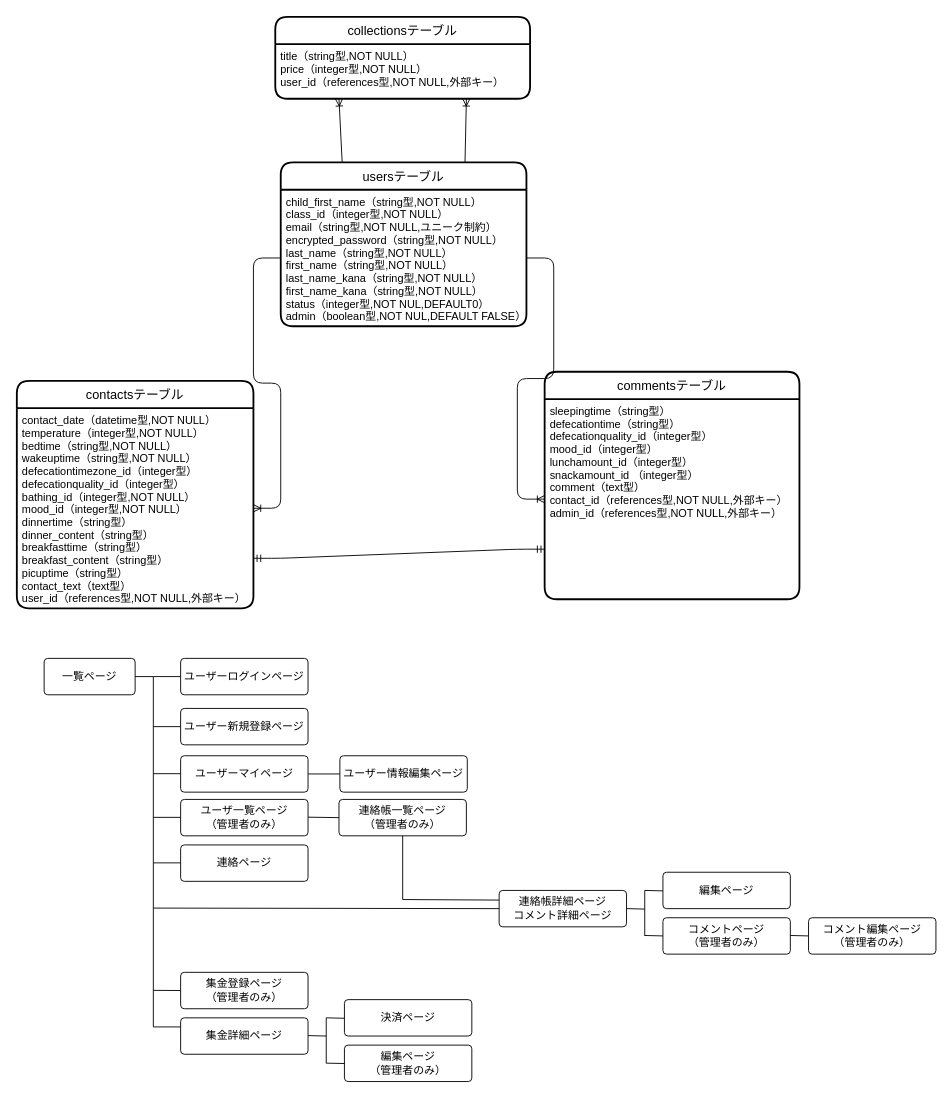
This is contact.dio from sugisanize/contact_book, a draw.io file, before an edit. Source tidied: cells renumbered, new cells numbered last; positions are measured from the earlier drawing's top-left corner, leaving out a move shared by most shapes. Both pictures are drawn from the tidied source at 91%, with x=0, y=0 at pixel (16, 16).
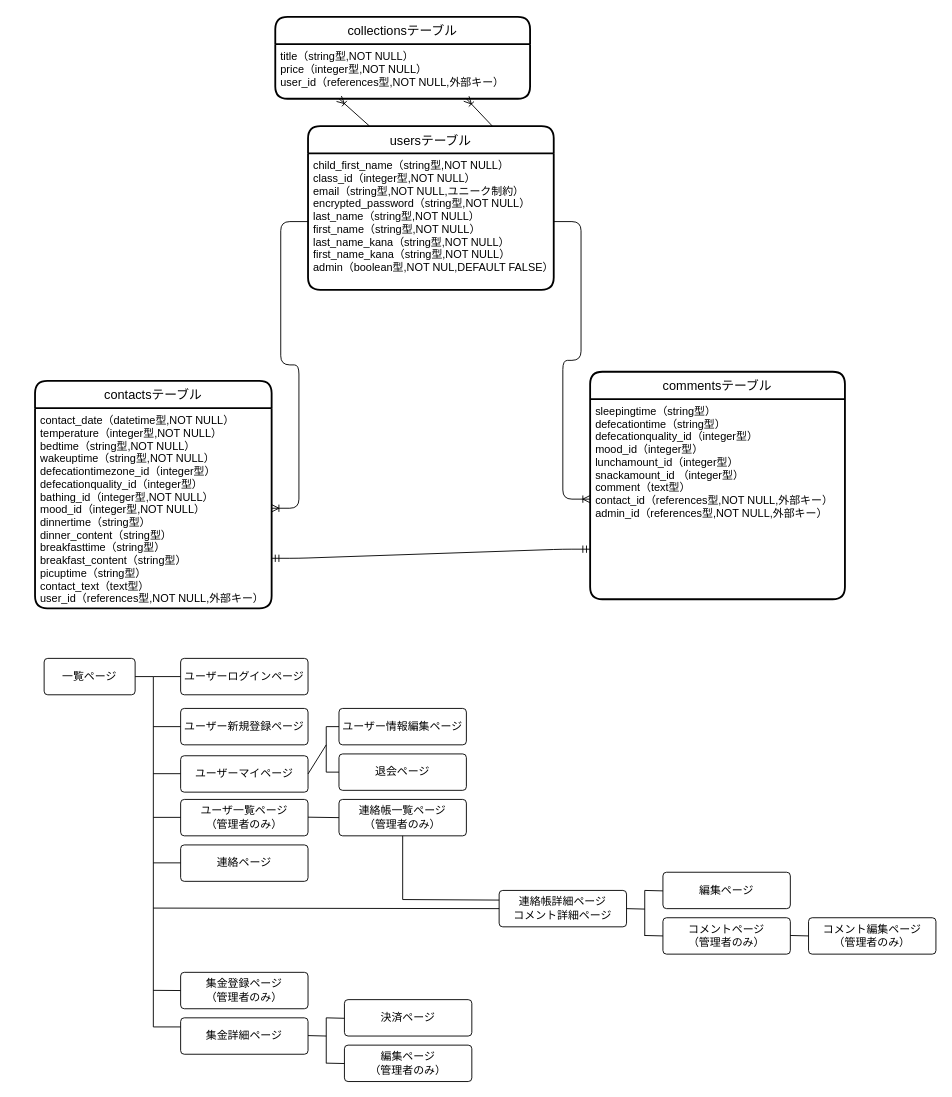
Above is the later version.

Unchanged cells that the change refers to:
```xml
<mxCell id="18" value="ユーザーマイページ" style="rounded=1;arcSize=10;whiteSpace=wrap;html=1;align=center;" parent="1" vertex="1">
  <mxGeometry x="180" y="812" width="140" height="40" as="geometry" />
</mxCell>
```

Diff of the diagram source:
```diff
@@
     <mxCell id="2" value="usersテーブル" style="swimlane;horizontal=1;startSize=30;rounded=1;fontSize=14;fontStyle=0;strokeWidth=2;shadow=0;dashed=0;align=center;" parent="1" vertex="1">
-      <mxGeometry x="290" y="160" width="270" height="180" as="geometry" />
+      <mxGeometry x="320" y="120" width="270" height="180" as="geometry" />
     </mxCell>
-    <mxCell id="3" value="child_first_name（string型,NOT NULL）&#10;class_id（integer型,NOT NULL）&#10;email（string型,NOT NULL,ユニーク制約）&#10;encrypted_password（string型,NOT NULL）&#10;last_name（string型,NOT NULL）&#10;first_name（string型,NOT NULL）&#10;last_name_kana（string型,NOT NULL）&#10;first_name_kana（string型,NOT NULL）&#10;status（integer型,NOT NUL,DEFAULT0）&#10;admin（boolean型,NOT NUL,DEFAULT FALSE）" style="align=left;strokeColor=none;fillColor=none;spacingLeft=4;fontSize=12;verticalAlign=top;" parent="2" vertex="1">
+    <mxCell id="3" value="child_first_name（string型,NOT NULL）&#10;class_id（integer型,NOT NULL）&#10;email（string型,NOT NULL,ユニーク制約）&#10;encrypted_password（string型,NOT NULL）&#10;last_name（string型,NOT NULL）&#10;first_name（string型,NOT NULL）&#10;last_name_kana（string型,NOT NULL）&#10;first_name_kana（string型,NOT NULL）&#10;admin（boolean型,NOT NUL,DEFAULT FALSE）" style="align=left;strokeColor=none;fillColor=none;spacingLeft=4;fontSize=12;verticalAlign=top;" parent="2" vertex="1">
       <mxGeometry y="30" width="270" height="150" as="geometry" />
     </mxCell>
@@
     <mxCell id="6" value="contactsテーブル" style="swimlane;horizontal=1;startSize=30;rounded=1;fontSize=14;fontStyle=0;strokeWidth=2;shadow=0;dashed=0;align=center;" parent="1" vertex="1">
-      <mxGeometry y="400" width="260" height="250" as="geometry" />
+      <mxGeometry x="20" y="400" width="260" height="250" as="geometry" />
     </mxCell>
@@
     <mxCell id="8" value="commentsテーブル" style="swimlane;horizontal=1;startSize=30;rounded=1;fontSize=14;fontStyle=0;strokeWidth=2;shadow=0;dashed=0;align=center;" parent="1" vertex="1">
-      <mxGeometry x="580" y="390" width="280" height="250" as="geometry" />
+      <mxGeometry x="630" y="390" width="280" height="250" as="geometry" />
     </mxCell>
@@
     <mxCell id="49" value="ユーザー情報編集ページ" style="rounded=1;arcSize=10;whiteSpace=wrap;html=1;align=center;" parent="1" vertex="1">
-      <mxGeometry x="355" y="812" width="140" height="40" as="geometry" />
+      <mxGeometry x="354" y="760" width="140" height="40" as="geometry" />
     </mxCell>
-    <mxCell id="50" style="endArrow=none;html=1;rounded=0;entryX=0;entryY=0.5;entryDx=0;entryDy=0;exitX=1;exitY=0.5;exitDx=0;exitDy=0;" parent="1" edge="1" source="18" target="49">
-      <mxGeometry relative="1" as="geometry" />
-    </mxCell>
+    <mxCell id="51" value="退会ページ" style="rounded=1;arcSize=10;whiteSpace=wrap;html=1;align=center;" parent="1" vertex="1">
+      <mxGeometry x="354" y="810" width="140" height="40" as="geometry" />
+    </mxCell>
+    <mxCell id="52" style="endArrow=none;html=1;rounded=0;exitX=0;exitY=0.5;exitDx=0;exitDy=0;entryX=0;entryY=0.5;entryDx=0;entryDy=0;" parent="1" edge="1" source="49" target="51">
+      <mxGeometry relative="1" as="geometry">
+        <Array as="points">
+          <mxPoint x="340" y="780" />
+          <mxPoint x="340" y="830" />
+        </Array>
+      </mxGeometry>
+    </mxCell>
+    <mxCell id="53" style="endArrow=none;html=1;rounded=0;exitX=1;exitY=0.5;exitDx=0;exitDy=0;" parent="1" edge="1" source="18">
+      <mxGeometry relative="1" as="geometry">
+        <mxPoint x="340" y="800" as="targetPoint" />
+      </mxGeometry>
+    </mxCell>
```
